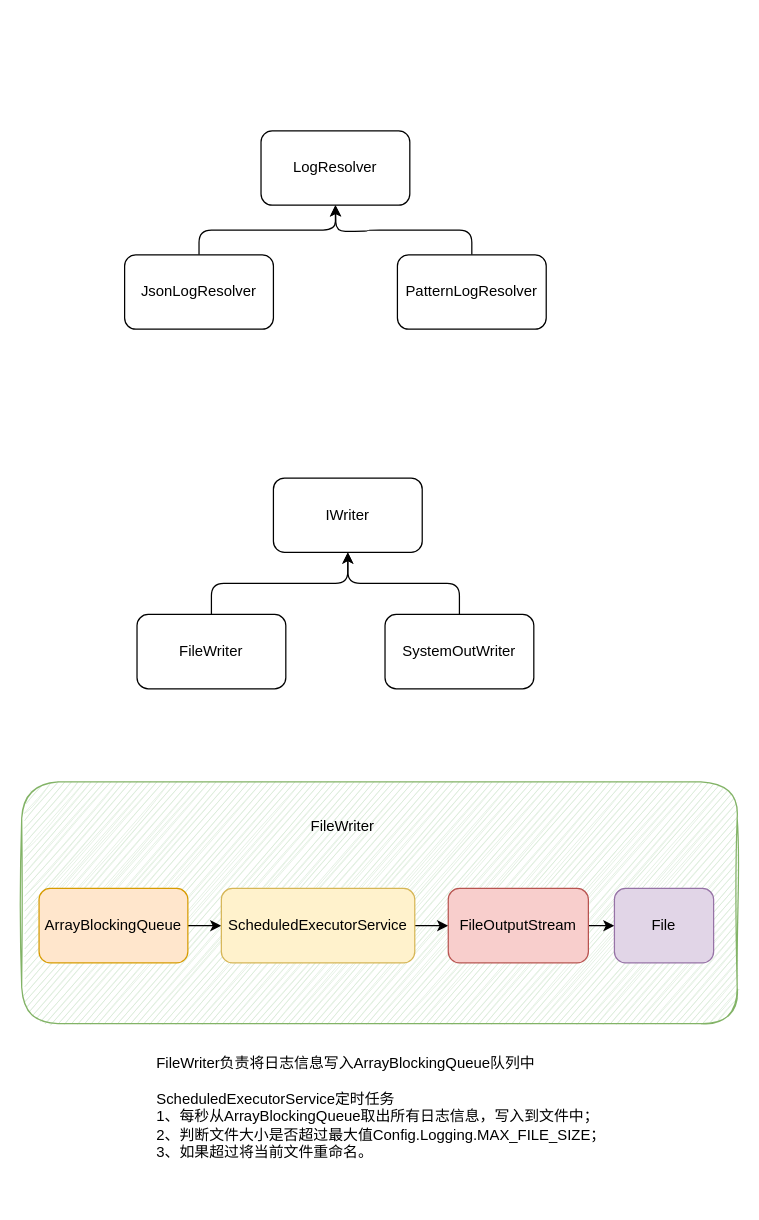
geekymv/blog-image keeps this draw.io diagram as sw-java-agent-logging-resolver.drawio. Above is the earlier version. Source tidied: cells renumbered, new cells numbered last; positions are measured from the earlier drawing's top-left corner, leaving out a move shared by most shapes. Both pictures are drawn from the tidied source at 124%, with x=0, y=0 at pixel (21, 130).
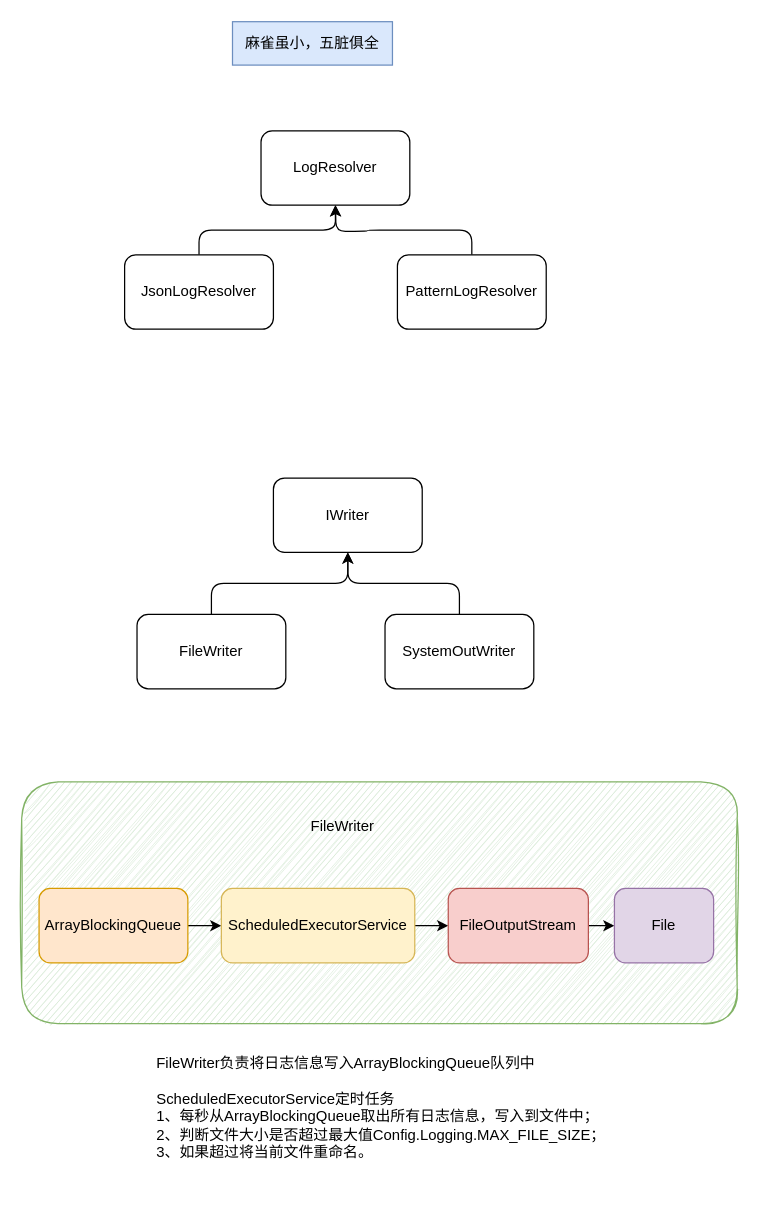
After the change.

Change to the diagram source:
```diff
@@
+    <mxCell id="22" value="麻雀虽小，五脏俱全" style="text;html=1;strokeColor=#6c8ebf;fillColor=#dae8fc;align=center;verticalAlign=middle;whiteSpace=wrap;rounded=0;" parent="1" vertex="1">
+      <mxGeometry x="170" y="-88" width="129" height="35" as="geometry" />
+    </mxCell>
```
